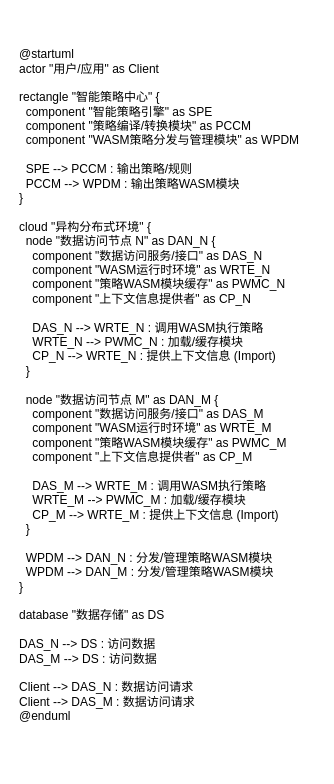
Earlier version of the draw.io diagram page "overview" (2 of 3) of dhp/smart.data.policy.based.on.wasm.drawio (wenhulove333/opendhp). Source tidied: cells renumbered, new cells numbered last; positions are measured from the earlier drawing's top-left corner, leaving out a move shared by most shapes. Both pictures are drawn from the tidied source at 100%, with x=0, y=0 at pixel (17, 17).
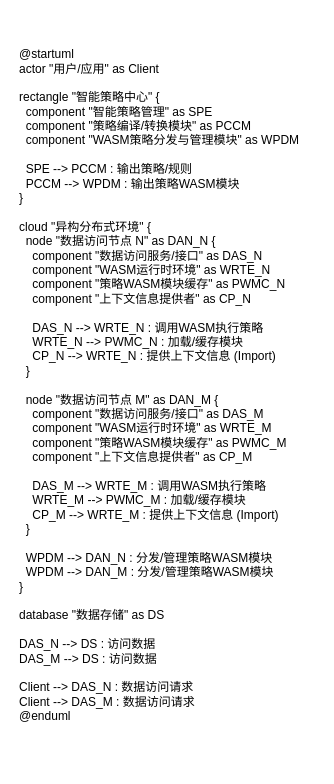
The same page after the edit.

The edit, as a diff of the source:
```diff
@@
 <mxGraphModel>
   <root>
     <mxCell id="0" />
     <mxCell id="1" parent="0" />
-    <mxCell id="2" value="&lt;div&gt;&lt;div&gt;@startuml&lt;/div&gt;&lt;div&gt;actor &quot;用户/应用&quot; as Client&lt;/div&gt;&lt;div&gt;&lt;br&gt;&lt;/div&gt;&lt;div&gt;rectangle &quot;智能策略中心&quot; {&lt;/div&gt;&lt;div&gt;&amp;nbsp; component &quot;智能策略引擎&quot; as SPE&lt;/div&gt;&lt;div&gt;&amp;nbsp; component &quot;策略编译/转换模块&quot; as PCCM&lt;/div&gt;&lt;div&gt;&amp;nbsp; component &quot;WASM策略分发与管理模块&quot; as WPDM&lt;/div&gt;&lt;div&gt;&lt;br&gt;&lt;/div&gt;&lt;div&gt;&amp;nbsp; SPE --&amp;gt; PCCM : 输出策略/规则&lt;/div&gt;&lt;div&gt;&amp;nbsp; PCCM --&amp;gt; WPDM : 输出策略WASM模块&lt;/div&gt;&lt;div&gt;}&lt;/div&gt;&lt;div&gt;&lt;br&gt;&lt;/div&gt;&lt;div&gt;cloud &quot;异构分布式环境&quot; {&lt;/div&gt;&lt;div&gt;&amp;nbsp; node &quot;数据访问节点 N&quot; as DAN_N {&lt;/div&gt;&lt;div&gt;&amp;nbsp; &amp;nbsp; component &quot;数据访问服务/接口&quot; as DAS_N&lt;/div&gt;&lt;div&gt;&amp;nbsp; &amp;nbsp; component &quot;WASM运行时环境&quot; as WRTE_N&lt;/div&gt;&lt;div&gt;&amp;nbsp; &amp;nbsp; component &quot;策略WASM模块缓存&quot; as PWMC_N&lt;/div&gt;&lt;div&gt;&amp;nbsp; &amp;nbsp; component &quot;上下文信息提供者&quot; as CP_N&lt;/div&gt;&lt;div&gt;&lt;br&gt;&lt;/div&gt;&lt;div&gt;&amp;nbsp; &amp;nbsp; DAS_N --&amp;gt; WRTE_N : 调用WASM执行策略&lt;/div&gt;&lt;div&gt;&amp;nbsp; &amp;nbsp; WRTE_N --&amp;gt; PWMC_N : 加载/缓存模块&lt;/div&gt;&lt;div&gt;&amp;nbsp; &amp;nbsp; CP_N --&amp;gt; WRTE_N : 提供上下文信息 (Import)&lt;/div&gt;&lt;div&gt;&amp;nbsp; }&lt;/div&gt;&lt;div&gt;&lt;br&gt;&lt;/div&gt;&lt;div&gt;&amp;nbsp; node &quot;数据访问节点 M&quot; as DAN_M {&lt;/div&gt;&lt;div&gt;&amp;nbsp; &amp;nbsp; component &quot;数据访问服务/接口&quot; as DAS_M&lt;/div&gt;&lt;div&gt;&amp;nbsp; &amp;nbsp; component &quot;WASM运行时环境&quot; as WRTE_M&lt;/div&gt;&lt;div&gt;&amp;nbsp; &amp;nbsp; component &quot;策略WASM模块缓存&quot; as PWMC_M&lt;/div&gt;&lt;div&gt;&amp;nbsp; &amp;nbsp; component &quot;上下文信息提供者&quot; as CP_M&lt;/div&gt;&lt;div&gt;&lt;br&gt;&lt;/div&gt;&lt;div&gt;&amp;nbsp; &amp;nbsp; DAS_M --&amp;gt; WRTE_M : 调用WASM执行策略&lt;/div&gt;&lt;div&gt;&amp;nbsp; &amp;nbsp; WRTE_M --&amp;gt; PWMC_M : 加载/缓存模块&lt;/div&gt;&lt;div&gt;&amp;nbsp; &amp;nbsp; CP_M --&amp;gt; WRTE_M : 提供上下文信息 (Import)&lt;/div&gt;&lt;div&gt;&amp;nbsp; }&lt;/div&gt;&lt;div&gt;&lt;br&gt;&lt;/div&gt;&lt;div&gt;&amp;nbsp; WPDM --&amp;gt; DAN_N : 分发/管理策略WASM模块&lt;/div&gt;&lt;div&gt;&amp;nbsp; WPDM --&amp;gt; DAN_M : 分发/管理策略WASM模块&lt;/div&gt;&lt;div&gt;}&lt;/div&gt;&lt;div&gt;&lt;br&gt;&lt;/div&gt;&lt;div&gt;database &quot;数据存储&quot; as DS&lt;/div&gt;&lt;div&gt;&lt;br&gt;&lt;/div&gt;&lt;div&gt;DAS_N --&amp;gt; DS : 访问数据&lt;/div&gt;&lt;div&gt;DAS_M --&amp;gt; DS : 访问数据&lt;/div&gt;&lt;div&gt;&lt;br&gt;&lt;/div&gt;&lt;div&gt;Client --&amp;gt; DAS_N : 数据访问请求&lt;/div&gt;&lt;div&gt;Client --&amp;gt; DAS_M : 数据访问请求&lt;/div&gt;&lt;div&gt;@enduml&lt;/div&gt;&lt;/div&gt;&lt;div&gt;&lt;br&gt;&lt;/div&gt;" style="text;html=1;align=left;verticalAlign=middle;whiteSpace=wrap;rounded=0;" parent="1" vertex="1">
+    <mxCell id="2" value="&lt;div&gt;&lt;div&gt;@startuml&lt;/div&gt;&lt;div&gt;actor &quot;用户/应用&quot; as Client&lt;/div&gt;&lt;div&gt;&lt;br&gt;&lt;/div&gt;&lt;div&gt;rectangle &quot;智能策略中心&quot; {&lt;/div&gt;&lt;div&gt;&amp;nbsp; component &quot;智能策略管理&quot; as SPE&lt;/div&gt;&lt;div&gt;&amp;nbsp; component &quot;策略编译/转换模块&quot; as PCCM&lt;/div&gt;&lt;div&gt;&amp;nbsp; component &quot;WASM策略分发与管理模块&quot; as WPDM&lt;/div&gt;&lt;div&gt;&lt;br&gt;&lt;/div&gt;&lt;div&gt;&amp;nbsp; SPE --&amp;gt; PCCM : 输出策略/规则&lt;/div&gt;&lt;div&gt;&amp;nbsp; PCCM --&amp;gt; WPDM : 输出策略WASM模块&lt;/div&gt;&lt;div&gt;}&lt;/div&gt;&lt;div&gt;&lt;br&gt;&lt;/div&gt;&lt;div&gt;cloud &quot;异构分布式环境&quot; {&lt;/div&gt;&lt;div&gt;&amp;nbsp; node &quot;数据访问节点 N&quot; as DAN_N {&lt;/div&gt;&lt;div&gt;&amp;nbsp; &amp;nbsp; component &quot;数据访问服务/接口&quot; as DAS_N&lt;/div&gt;&lt;div&gt;&amp;nbsp; &amp;nbsp; component &quot;WASM运行时环境&quot; as WRTE_N&lt;/div&gt;&lt;div&gt;&amp;nbsp; &amp;nbsp; component &quot;策略WASM模块缓存&quot; as PWMC_N&lt;/div&gt;&lt;div&gt;&amp;nbsp; &amp;nbsp; component &quot;上下文信息提供者&quot; as CP_N&lt;/div&gt;&lt;div&gt;&lt;br&gt;&lt;/div&gt;&lt;div&gt;&amp;nbsp; &amp;nbsp; DAS_N --&amp;gt; WRTE_N : 调用WASM执行策略&lt;/div&gt;&lt;div&gt;&amp;nbsp; &amp;nbsp; WRTE_N --&amp;gt; PWMC_N : 加载/缓存模块&lt;/div&gt;&lt;div&gt;&amp;nbsp; &amp;nbsp; CP_N --&amp;gt; WRTE_N : 提供上下文信息 (Import)&lt;/div&gt;&lt;div&gt;&amp;nbsp; }&lt;/div&gt;&lt;div&gt;&lt;br&gt;&lt;/div&gt;&lt;div&gt;&amp;nbsp; node &quot;数据访问节点 M&quot; as DAN_M {&lt;/div&gt;&lt;div&gt;&amp;nbsp; &amp;nbsp; component &quot;数据访问服务/接口&quot; as DAS_M&lt;/div&gt;&lt;div&gt;&amp;nbsp; &amp;nbsp; component &quot;WASM运行时环境&quot; as WRTE_M&lt;/div&gt;&lt;div&gt;&amp;nbsp; &amp;nbsp; component &quot;策略WASM模块缓存&quot; as PWMC_M&lt;/div&gt;&lt;div&gt;&amp;nbsp; &amp;nbsp; component &quot;上下文信息提供者&quot; as CP_M&lt;/div&gt;&lt;div&gt;&lt;br&gt;&lt;/div&gt;&lt;div&gt;&amp;nbsp; &amp;nbsp; DAS_M --&amp;gt; WRTE_M : 调用WASM执行策略&lt;/div&gt;&lt;div&gt;&amp;nbsp; &amp;nbsp; WRTE_M --&amp;gt; PWMC_M : 加载/缓存模块&lt;/div&gt;&lt;div&gt;&amp;nbsp; &amp;nbsp; CP_M --&amp;gt; WRTE_M : 提供上下文信息 (Import)&lt;/div&gt;&lt;div&gt;&amp;nbsp; }&lt;/div&gt;&lt;div&gt;&lt;br&gt;&lt;/div&gt;&lt;div&gt;&amp;nbsp; WPDM --&amp;gt; DAN_N : 分发/管理策略WASM模块&lt;/div&gt;&lt;div&gt;&amp;nbsp; WPDM --&amp;gt; DAN_M : 分发/管理策略WASM模块&lt;/div&gt;&lt;div&gt;}&lt;/div&gt;&lt;div&gt;&lt;br&gt;&lt;/div&gt;&lt;div&gt;database &quot;数据存储&quot; as DS&lt;/div&gt;&lt;div&gt;&lt;br&gt;&lt;/div&gt;&lt;div&gt;DAS_N --&amp;gt; DS : 访问数据&lt;/div&gt;&lt;div&gt;DAS_M --&amp;gt; DS : 访问数据&lt;/div&gt;&lt;div&gt;&lt;br&gt;&lt;/div&gt;&lt;div&gt;Client --&amp;gt; DAS_N : 数据访问请求&lt;/div&gt;&lt;div&gt;Client --&amp;gt; DAS_M : 数据访问请求&lt;/div&gt;&lt;div&gt;@enduml&lt;/div&gt;&lt;/div&gt;&lt;div&gt;&lt;br&gt;&lt;/div&gt;" style="text;html=1;align=left;verticalAlign=middle;whiteSpace=wrap;rounded=0;" parent="1" vertex="1">
       <mxGeometry width="300" height="750" as="geometry" />
     </mxCell>
   </root>
 </mxGraphModel>
```
